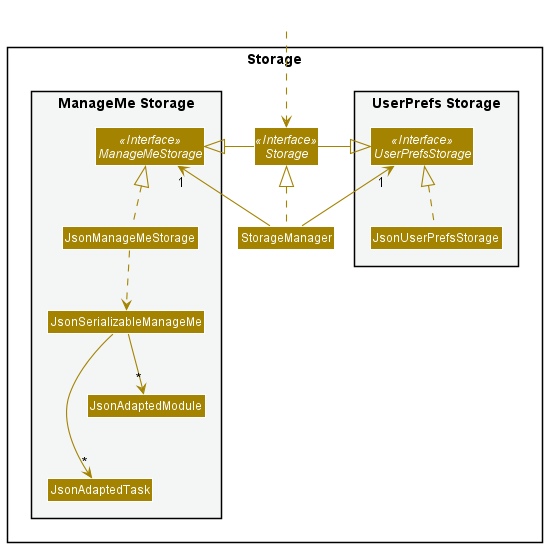
Above: docs/images/MMStorageClassDiagram.png in zhangchengchuan/tp-1 (PlantUML), before the change. Source of this version:
```plantuml
@startuml
!include style.puml
skinparam arrowThickness 1.1
skinparam arrowColor STORAGE_COLOR
skinparam classBackgroundColor STORAGE_COLOR

package Storage{

package "UserPrefs Storage" #F4F6F6{
Interface UserPrefsStorage <<Interface>>
Class JsonUserPrefsStorage
}

Interface Storage <<Interface>>
Class StorageManager

package "ManageMe Storage" #F4F6F6{
Interface ManageMeStorage <<Interface>>
Class JsonManageMeStorage
Class JsonSerializableManageMe
Class JsonAdaptedTask
Class JsonAdaptedModule
}

}

Class HiddenOutside #FFFFFF
HiddenOutside ..> Storage

StorageManager .up.|> Storage
StorageManager -up-> "1" UserPrefsStorage
StorageManager -up-> "1" ManageMeStorage

Storage -left-|> UserPrefsStorage
Storage -right-|> ManageMeStorage

JsonUserPrefsStorage .up.|> UserPrefsStorage
JsonManageMeStorage .up.|> ManageMeStorage
JsonManageMeStorage ..> JsonSerializableManageMe
JsonSerializableManageMe ---> "*" JsonAdaptedTask
JsonSerializableManageMe --> "*" JsonAdaptedModule

@enduml
```
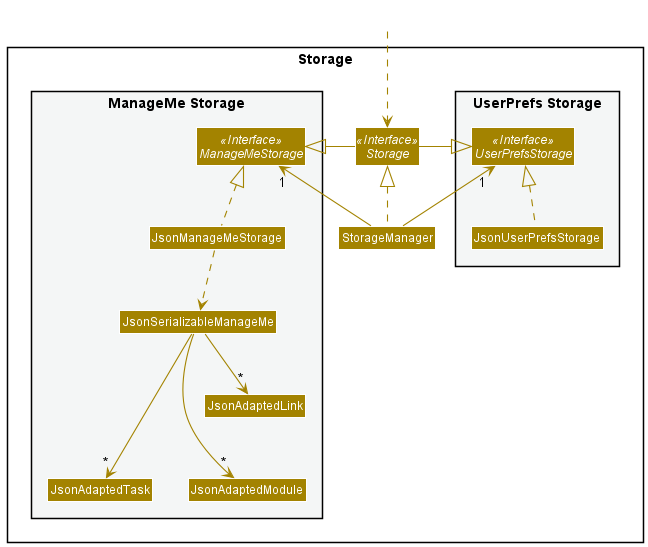
After the commit.

What changed in the source:
```diff
@@ -20,6 +20,7 @@
 Class JsonSerializableManageMe
 Class JsonAdaptedTask
 Class JsonAdaptedModule
+Class JsonAdaptedLink
 }
 
 }
@@ -38,6 +39,7 @@
 JsonManageMeStorage .up.|> ManageMeStorage
 JsonManageMeStorage ..> JsonSerializableManageMe
 JsonSerializableManageMe ---> "*" JsonAdaptedTask
-JsonSerializableManageMe --> "*" JsonAdaptedModule
+JsonSerializableManageMe ---> "*" JsonAdaptedModule
+JsonSerializableManageMe --> "*" JsonAdaptedLink
 
 @enduml
```
